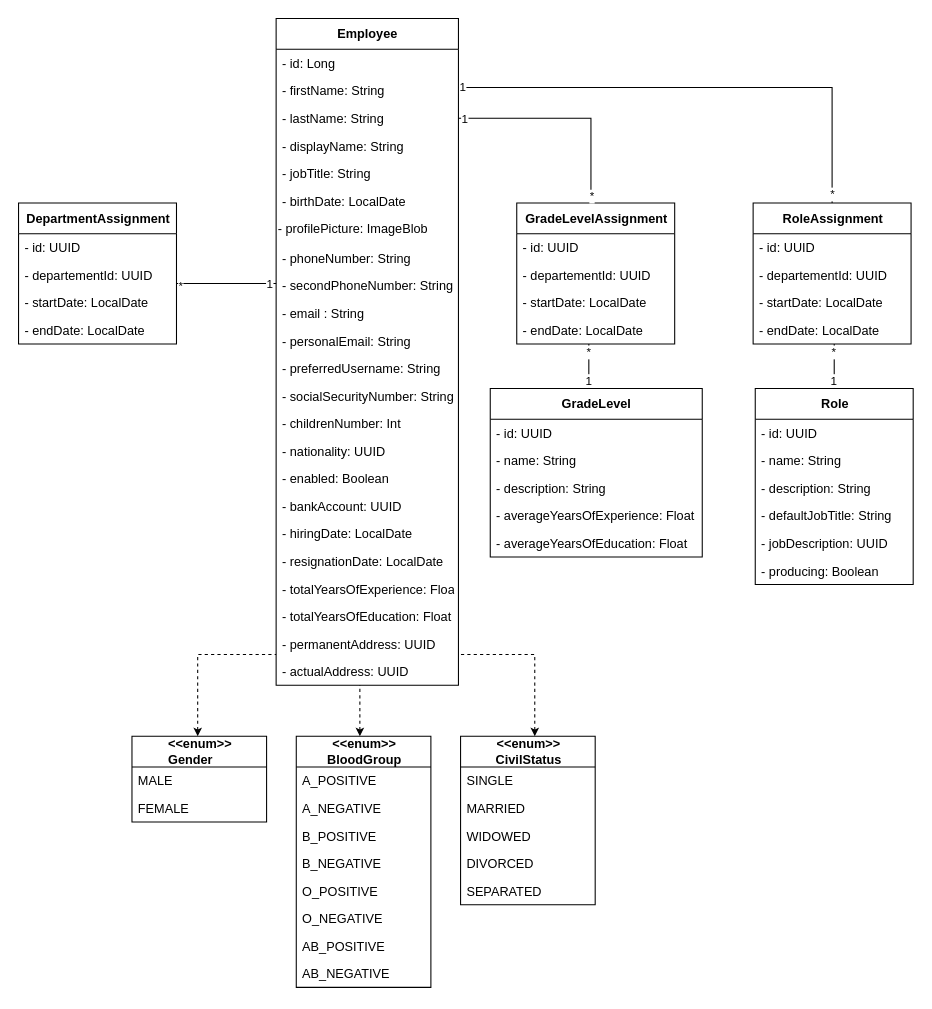
ZidiMedAmine/UML keeps this draw.io diagram as Department/_DiagrammeClasseDepartment.drawio. Above is the earlier version. Source tidied: cells renumbered, new cells numbered last; positions are measured from the earlier drawing's top-left corner, leaving out a move shared by most shapes. Both pictures are drawn from the tidied source at 106%, with x=0, y=0 at pixel (18, 18).
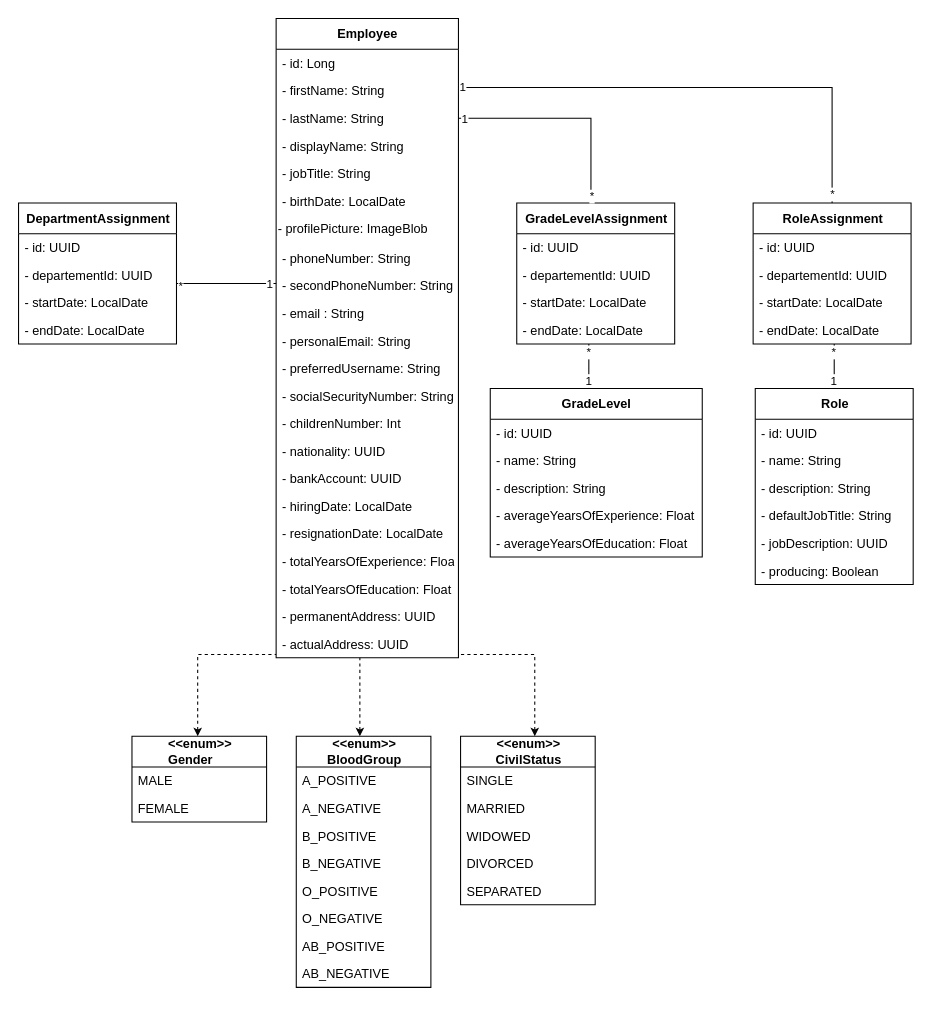
The same page after the edit.

Commit message:
Mettre à jour _DiagrammeClasseDepartment.drawio

Diff of the diagram source:
```diff
@@
     <mxCell id="2" value="&lt;b&gt;Employee&lt;/b&gt;" style="swimlane;fontStyle=0;align=center;verticalAlign=middle;horizontal=1;startSize=29;html=1;fontSize=12;labelPosition=center;verticalLabelPosition=middle;strokeColor=default;swimlaneLine=1;rounded=0;shadow=0;glass=0;sketch=0;perimeterSpacing=0;" parent="1" vertex="1">
-      <mxGeometry x="243" width="172" height="629" as="geometry" />
+      <mxGeometry x="243" width="172" height="603" as="geometry" />
     </mxCell>
@@
-    <mxCell id="18" value="- enabled: Boolean" style="text;strokeColor=none;fillColor=none;align=left;verticalAlign=top;spacingLeft=4;spacingRight=4;overflow=hidden;fontStyle=0;" parent="2" vertex="1">
-      <mxGeometry y="421" width="172" height="26" as="geometry" />
-    </mxCell>
     <mxCell id="19" value="- bankAccount: UUID" style="text;strokeColor=none;fillColor=none;align=left;verticalAlign=top;spacingLeft=4;spacingRight=4;overflow=hidden;fontStyle=0;" parent="2" vertex="1">
-      <mxGeometry y="447" width="172" height="26" as="geometry" />
+      <mxGeometry y="421" width="172" height="26" as="geometry" />
     </mxCell>
     <mxCell id="20" value="- hiringDate: LocalDate" style="text;strokeColor=none;fillColor=none;align=left;verticalAlign=top;spacingLeft=4;spacingRight=4;overflow=hidden;fontStyle=0;" parent="2" vertex="1">
-      <mxGeometry y="473" width="172" height="26" as="geometry" />
+      <mxGeometry y="447" width="172" height="26" as="geometry" />
     </mxCell>
     <mxCell id="21" value="- resignationDate: LocalDate" style="text;strokeColor=none;fillColor=none;align=left;verticalAlign=top;spacingLeft=4;spacingRight=4;overflow=hidden;fontStyle=0;" parent="2" vertex="1">
-      <mxGeometry y="499" width="172" height="26" as="geometry" />
+      <mxGeometry y="473" width="172" height="26" as="geometry" />
     </mxCell>
     <mxCell id="22" value="- totalYearsOfExperience: Float" style="text;strokeColor=none;fillColor=none;align=left;verticalAlign=top;spacingLeft=4;spacingRight=4;overflow=hidden;fontStyle=0;" parent="2" vertex="1">
-      <mxGeometry y="525" width="172" height="26" as="geometry" />
+      <mxGeometry y="499" width="172" height="26" as="geometry" />
     </mxCell>
     <mxCell id="23" value="- totalYearsOfEducation: Float" style="text;strokeColor=none;fillColor=none;align=left;verticalAlign=top;spacingLeft=4;spacingRight=4;overflow=hidden;fontStyle=0;" parent="2" vertex="1">
-      <mxGeometry y="551" width="172" height="26" as="geometry" />
+      <mxGeometry y="525" width="172" height="26" as="geometry" />
     </mxCell>
     <mxCell id="24" value="- permanentAddress: UUID" style="text;strokeColor=none;fillColor=none;align=left;verticalAlign=top;spacingLeft=4;spacingRight=4;overflow=hidden;fontStyle=0;" parent="2" vertex="1">
-      <mxGeometry y="577" width="172" height="26" as="geometry" />
+      <mxGeometry y="551" width="172" height="26" as="geometry" />
     </mxCell>
     <mxCell id="25" value="- actualAddress: UUID" style="text;strokeColor=none;fillColor=none;align=left;verticalAlign=top;spacingLeft=4;spacingRight=4;overflow=hidden;fontStyle=0;" parent="2" vertex="1">
-      <mxGeometry y="603" width="172" height="26" as="geometry" />
+      <mxGeometry y="577" width="172" height="26" as="geometry" />
     </mxCell>
```
